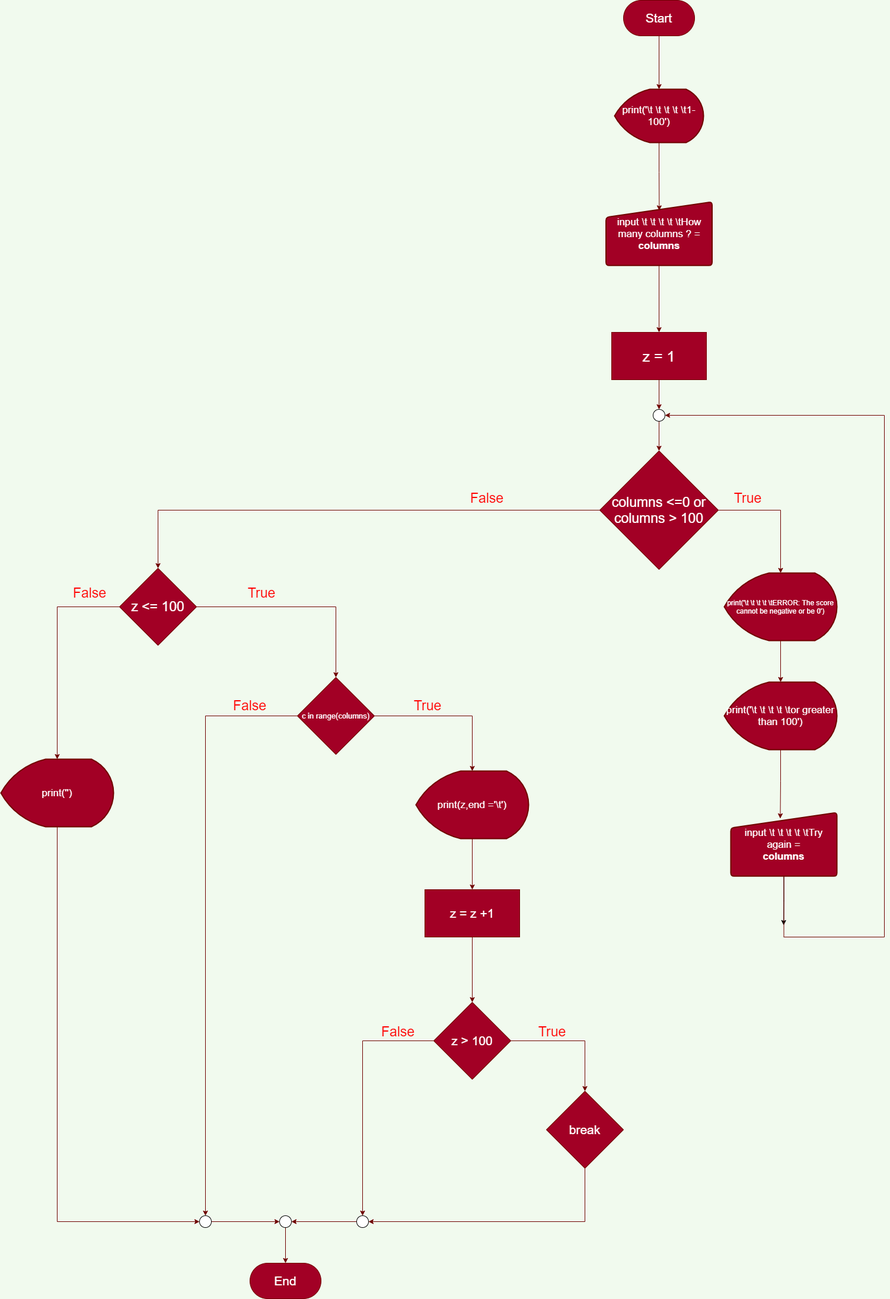
Above: Homework/flowHomework_02.png in JakapatJod/INE-PYTHON-64 (draw.io), before the change. Source tidied: cells renumbered, new cells last; positions are measured from the earlier drawing's top-left corner, leaving out a move shared by most shapes.
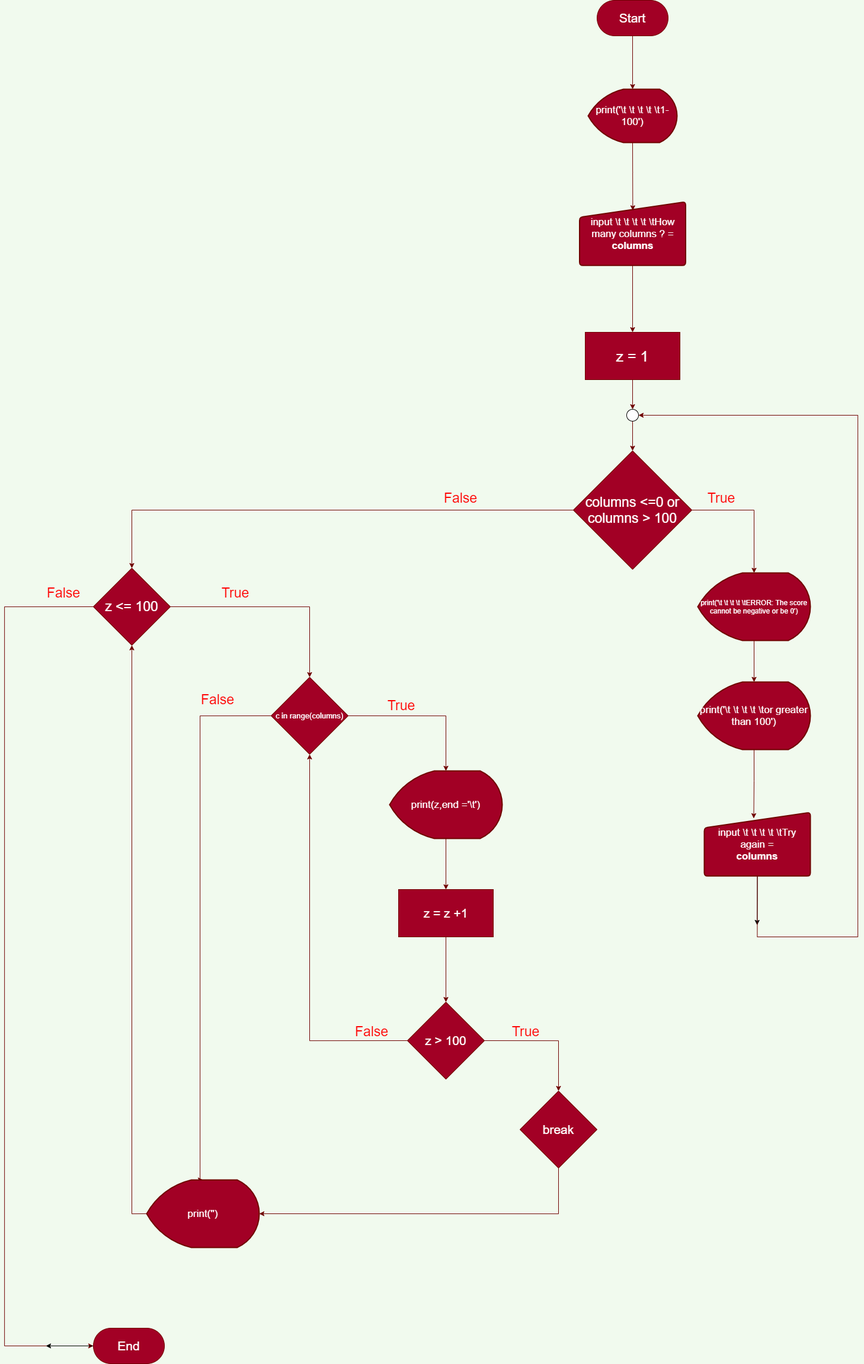
Above is the later version.

The edit, as a diff of the source:
```diff
@@ -81,18 +81,28 @@
     <mxCell id="24" style="edgeStyle=orthogonalEdgeStyle;rounded=0;jettySize=auto;html=1;exitX=1;exitY=0.5;exitDx=0;exitDy=0;entryX=0.5;entryY=0;entryDx=0;entryDy=0;fillColor=#a20025;strokeColor=#6F0000;" parent="1" edge="1" source="26" target="29">
       <mxGeometry relative="1" as="geometry" />
     </mxCell>
-    <mxCell id="25" style="edgeStyle=orthogonalEdgeStyle;rounded=0;jettySize=auto;html=1;exitX=0;exitY=0.5;exitDx=0;exitDy=0;entryX=0.5;entryY=0;entryDx=0;entryDy=0;entryPerimeter=0;fillColor=#a20025;strokeColor=#6F0000;" parent="1" edge="1" source="26" target="53">
-      <mxGeometry relative="1" as="geometry" />
-    </mxCell>
+    <mxCell id="54" style="edgeStyle=orthogonalEdgeStyle;rounded=0;jettySize=auto;html=1;exitX=0;exitY=0.5;exitDx=0;exitDy=0;fillColor=#a20025;strokeColor=#6F0000;entryX=0;entryY=0.5;entryDx=0;entryDy=0;" parent="1" edge="1" source="26" target="44">
+      <mxGeometry relative="1" as="geometry">
+        <Array as="points">
+          <mxPoint x="50" y="1023" />
+          <mxPoint x="50" y="2270" />
+        </Array>
+      </mxGeometry>
+    </mxCell>
     <mxCell id="26" value="&lt;span style=&quot;font-size: 23px&quot;&gt;z &amp;lt;= 100&lt;/span&gt;" style="rhombus;whiteSpace=wrap;html=1;fillColor=#a20025;strokeColor=#6F0000;fontColor=#ffffff;" parent="1" vertex="1">
       <mxGeometry x="200" y="958" width="130" height="130" as="geometry" />
     </mxCell>
     <mxCell id="27" style="edgeStyle=orthogonalEdgeStyle;rounded=0;jettySize=auto;html=1;exitX=1;exitY=0.5;exitDx=0;exitDy=0;entryX=0.5;entryY=0;entryDx=0;entryDy=0;entryPerimeter=0;fillColor=#a20025;strokeColor=#6F0000;" parent="1" edge="1" source="29" target="31">
       <mxGeometry relative="1" as="geometry" />
     </mxCell>
-    <mxCell id="28" style="edgeStyle=orthogonalEdgeStyle;rounded=0;jettySize=auto;html=1;exitX=0;exitY=0.5;exitDx=0;exitDy=0;entryX=0.5;entryY=0;entryDx=0;entryDy=0;entryPerimeter=0;fillColor=#a20025;strokeColor=#6F0000;" parent="1" edge="1" source="29" target="46">
-      <mxGeometry relative="1" as="geometry" />
-    </mxCell>
+    <mxCell id="55" style="edgeStyle=orthogonalEdgeStyle;rounded=0;jettySize=auto;html=1;exitX=0;exitY=0.5;exitDx=0;exitDy=0;fillColor=#a20025;strokeColor=#6F0000;entryX=0.5;entryY=0;entryDx=0;entryDy=0;entryPerimeter=0;" parent="1" edge="1" source="29" target="53">
+      <mxGeometry relative="1" as="geometry">
+        <Array as="points">
+          <mxPoint x="380" y="1207" />
+          <mxPoint x="380" y="1990" />
+        </Array>
+      </mxGeometry>
+    </mxCell>
     <mxCell id="29" value="&lt;font style=&quot;font-size: 13px&quot;&gt;c in range(columns)&lt;/font&gt;" style="rhombus;whiteSpace=wrap;html=1;fillColor=#a20025;strokeColor=#6F0000;fontColor=#ffffff;" parent="1" vertex="1">
       <mxGeometry x="500" y="1142" width="130" height="130" as="geometry" />
     </mxCell>
@@ -111,15 +121,15 @@
     <mxCell id="34" style="edgeStyle=orthogonalEdgeStyle;rounded=0;jettySize=auto;html=1;exitX=1;exitY=0.5;exitDx=0;exitDy=0;entryX=0.5;entryY=0;entryDx=0;entryDy=0;fillColor=#a20025;strokeColor=#6F0000;" parent="1" edge="1" source="36" target="38">
       <mxGeometry relative="1" as="geometry" />
     </mxCell>
-    <mxCell id="35" style="edgeStyle=orthogonalEdgeStyle;rounded=0;jettySize=auto;html=1;exitX=0;exitY=0.5;exitDx=0;exitDy=0;fillColor=#a20025;strokeColor=#6F0000;entryX=0.5;entryY=0;entryDx=0;entryDy=0;entryPerimeter=0;" parent="1" edge="1" source="36" target="48">
-      <mxGeometry relative="1" as="geometry" />
-    </mxCell>
+    <mxCell id="56" style="edgeStyle=orthogonalEdgeStyle;rounded=0;jettySize=auto;html=1;exitX=0;exitY=0.5;exitDx=0;exitDy=0;entryX=0.5;entryY=1;entryDx=0;entryDy=0;fillColor=#a20025;strokeColor=#6F0000;" parent="1" edge="1" source="36" target="29">
+      <mxGeometry relative="1" as="geometry" />
+    </mxCell>
     <mxCell id="36" value="&lt;font style=&quot;font-size: 21px&quot;&gt;z &amp;gt; 100&lt;/font&gt;" style="rhombus;whiteSpace=wrap;html=1;fillColor=#a20025;strokeColor=#6F0000;fontColor=#ffffff;" parent="1" vertex="1">
       <mxGeometry x="730" y="1690" width="130" height="130" as="geometry" />
     </mxCell>
-    <mxCell id="37" style="edgeStyle=orthogonalEdgeStyle;rounded=0;jettySize=auto;html=1;exitX=0.5;exitY=1;exitDx=0;exitDy=0;fillColor=#a20025;strokeColor=#6F0000;entryX=1;entryY=0.5;entryDx=0;entryDy=0;entryPerimeter=0;" parent="1" edge="1" source="38" target="48">
-      <mxGeometry relative="1" as="geometry" />
-    </mxCell>
+    <mxCell id="57" style="edgeStyle=orthogonalEdgeStyle;rounded=0;jettySize=auto;html=1;exitX=0.5;exitY=1;exitDx=0;exitDy=0;entryX=1;entryY=0.5;entryDx=0;entryDy=0;entryPerimeter=0;fillColor=#a20025;strokeColor=#6F0000;" parent="1" edge="1" source="38" target="53">
+      <mxGeometry relative="1" as="geometry" />
+    </mxCell>
     <mxCell id="38" value="&lt;span style=&quot;font-size: 21px&quot;&gt;break&lt;/span&gt;" style="rhombus;whiteSpace=wrap;html=1;fillColor=#a20025;strokeColor=#6F0000;fontColor=#ffffff;" parent="1" vertex="1">
       <mxGeometry x="920" y="1840" width="130" height="130" as="geometry" />
     </mxCell>
@@ -129,44 +139,31 @@
     <mxCell id="40" value="&lt;font color=&quot;#ff0000&quot; style=&quot;font-size: 23px&quot;&gt;True&lt;/font&gt;" style="text;html=1;strokeColor=none;fillColor=none;align=center;verticalAlign=middle;whiteSpace=wrap;rounded=0;" parent="1" vertex="1">
       <mxGeometry x="910" y="1730" width="40" height="20" as="geometry" />
     </mxCell>
-    <mxCell id="41" value="&lt;font color=&quot;#ff0000&quot;&gt;&lt;span style=&quot;font-size: 23px&quot;&gt;False&lt;/span&gt;&lt;/font&gt;" style="text;html=1;strokeColor=none;fillColor=none;align=center;verticalAlign=middle;whiteSpace=wrap;rounded=0;" parent="1" vertex="1">
-      <mxGeometry x="400" y="1180" width="40" height="20" as="geometry" />
-    </mxCell>
     <mxCell id="42" value="&lt;font color=&quot;#ff0000&quot; style=&quot;font-size: 23px&quot;&gt;True&lt;/font&gt;" style="text;html=1;strokeColor=none;fillColor=none;align=center;verticalAlign=middle;whiteSpace=wrap;rounded=0;" parent="1" vertex="1">
       <mxGeometry x="420" y="990" width="40" height="20" as="geometry" />
     </mxCell>
     <mxCell id="43" value="&lt;font color=&quot;#ff0000&quot;&gt;&lt;span style=&quot;font-size: 23px&quot;&gt;False&lt;/span&gt;&lt;/font&gt;" style="text;html=1;strokeColor=none;fillColor=none;align=center;verticalAlign=middle;whiteSpace=wrap;rounded=0;" parent="1" vertex="1">
       <mxGeometry x="650" y="1730" width="40" height="20" as="geometry" />
     </mxCell>
+    <mxCell id="58" style="edgeStyle=orthogonalEdgeStyle;rounded=0;jettySize=auto;html=1;" parent="1" edge="1" source="44">
+      <mxGeometry relative="1" as="geometry">
+        <mxPoint x="120" y="2270" as="targetPoint" />
+      </mxGeometry>
+    </mxCell>
     <mxCell id="44" value="&lt;span style=&quot;font-size: 21px&quot;&gt;End&lt;/span&gt;" style="rounded=1;whiteSpace=wrap;html=1;arcSize=50;fillColor=#a20025;strokeColor=#6F0000;fontColor=#ffffff;" parent="1" vertex="1">
-      <mxGeometry x="420" y="2130" width="120" height="60" as="geometry" />
+      <mxGeometry x="200" y="2240" width="120" height="60" as="geometry" />
     </mxCell>
-    <mxCell id="45" style="edgeStyle=orthogonalEdgeStyle;rounded=0;jettySize=auto;html=1;exitX=1;exitY=0.5;exitDx=0;exitDy=0;exitPerimeter=0;entryX=0;entryY=0.5;entryDx=0;entryDy=0;entryPerimeter=0;fillColor=#a20025;strokeColor=#6F0000;" parent="1" edge="1" source="46" target="50">
-      <mxGeometry relative="1" as="geometry" />
-    </mxCell>
-    <mxCell id="46" style="verticalLabelPosition=bottom;verticalAlign=top;html=1;shape=mxgraph.flowchart.on-page_reference;" parent="1" vertex="1">
-      <mxGeometry x="335" y="2050" width="20" height="20" as="geometry" />
-    </mxCell>
-    <mxCell id="47" style="edgeStyle=orthogonalEdgeStyle;rounded=0;jettySize=auto;html=1;exitX=0;exitY=0.5;exitDx=0;exitDy=0;exitPerimeter=0;entryX=1;entryY=0.5;entryDx=0;entryDy=0;entryPerimeter=0;fillColor=#a20025;strokeColor=#6F0000;" parent="1" edge="1" source="48" target="50">
-      <mxGeometry relative="1" as="geometry" />
-    </mxCell>
-    <mxCell id="48" style="verticalLabelPosition=bottom;verticalAlign=top;html=1;shape=mxgraph.flowchart.on-page_reference;" parent="1" vertex="1">
-      <mxGeometry x="600" y="2050" width="20" height="20" as="geometry" />
-    </mxCell>
-    <mxCell id="49" style="edgeStyle=orthogonalEdgeStyle;rounded=0;jettySize=auto;html=1;exitX=0.5;exitY=1;exitDx=0;exitDy=0;exitPerimeter=0;entryX=0.5;entryY=0;entryDx=0;entryDy=0;fillColor=#a20025;strokeColor=#6F0000;" parent="1" edge="1" source="50" target="44">
-      <mxGeometry relative="1" as="geometry" />
-    </mxCell>
-    <mxCell id="50" style="verticalLabelPosition=bottom;verticalAlign=top;html=1;shape=mxgraph.flowchart.on-page_reference;" parent="1" vertex="1">
-      <mxGeometry x="470" y="2050" width="20" height="20" as="geometry" />
-    </mxCell>
     <mxCell id="51" value="&lt;font color=&quot;#ff0000&quot;&gt;&lt;span style=&quot;font-size: 23px&quot;&gt;False&lt;/span&gt;&lt;/font&gt;" style="text;html=1;strokeColor=none;fillColor=none;align=center;verticalAlign=middle;whiteSpace=wrap;rounded=0;" parent="1" vertex="1">
       <mxGeometry x="130" y="990" width="40" height="20" as="geometry" />
     </mxCell>
-    <mxCell id="52" style="edgeStyle=orthogonalEdgeStyle;rounded=0;jettySize=auto;html=1;exitX=0.5;exitY=1;exitDx=0;exitDy=0;exitPerimeter=0;fillColor=#a20025;strokeColor=#6F0000;entryX=0;entryY=0.5;entryDx=0;entryDy=0;entryPerimeter=0;" parent="1" edge="1" source="53" target="46">
-      <mxGeometry relative="1" as="geometry" />
-    </mxCell>
+    <mxCell id="59" style="edgeStyle=orthogonalEdgeStyle;rounded=0;jettySize=auto;html=1;exitX=0;exitY=0.5;exitDx=0;exitDy=0;exitPerimeter=0;entryX=0.5;entryY=1;entryDx=0;entryDy=0;fillColor=#a20025;strokeColor=#6F0000;" parent="1" edge="1" source="53" target="26">
+      <mxGeometry relative="1" as="geometry" />
+    </mxCell>
     <mxCell id="53" value="&lt;font style=&quot;font-size: 17px&quot;&gt;print('')&lt;/font&gt;" style="strokeWidth=2;html=1;shape=mxgraph.flowchart.display;whiteSpace=wrap;fillColor=#a20025;strokeColor=#6F0000;fontColor=#ffffff;" parent="1" vertex="1">
-      <mxGeometry y="1280" width="190" height="114" as="geometry" />
+      <mxGeometry x="290" y="1990" width="190" height="114" as="geometry" />
     </mxCell>
+    <mxCell id="41" value="&lt;font color=&quot;#ff0000&quot;&gt;&lt;span style=&quot;font-size: 23px&quot;&gt;False&lt;/span&gt;&lt;/font&gt;" style="text;html=1;strokeColor=none;fillColor=none;align=center;verticalAlign=middle;whiteSpace=wrap;rounded=0;" parent="1" vertex="1">
+      <mxGeometry x="390" y="1170" width="40" height="20" as="geometry" />
+    </mxCell>
   </root>
 </mxGraphModel>
```
